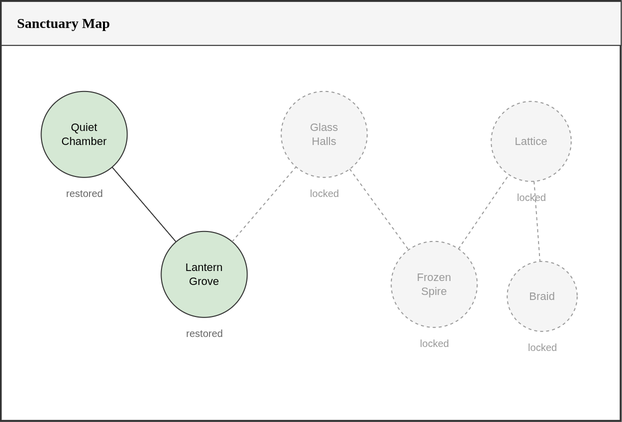
Before: sketch-map.png, a diagram exported from draw.io (Shania-Ziegler/startup). Source tidied: cells renumbered, new cells last; positions are measured from the earlier drawing's top-left corner, leaving out a move shared by most shapes. The source it was exported from:
```xml
<mxGraphModel>
  <root>
    <mxCell id="0" />
    <mxCell id="1" parent="0" />
    <mxCell id="2" style="rounded=0;whiteSpace=wrap;html=1;fillColor=none;strokeColor=#333333;strokeWidth=2;" parent="1" vertex="1">
      <mxGeometry width="620" height="420" as="geometry" />
    </mxCell>
    <mxCell id="3" value="&lt;font face=&quot;Times New Roman&quot;&gt;Sanctuary Map&lt;/font&gt;" style="rounded=0;whiteSpace=wrap;html=1;fillColor=#f5f5f5;strokeColor=#333333;align=left;spacingLeft=14;fontSize=14;fontStyle=1;" parent="1" vertex="1">
      <mxGeometry width="620" height="44" as="geometry" />
    </mxCell>
    <mxCell id="4" value="Quiet&#10;Chamber" style="ellipse;whiteSpace=wrap;html=1;fillColor=#d5e8d4;strokeColor=#333333;fontSize=11;" parent="1" vertex="1">
      <mxGeometry x="40" y="90" width="86" height="86" as="geometry" />
    </mxCell>
    <mxCell id="5" value="restored" style="text;html=1;align=center;fontSize=10;fontColor=#666666;" parent="1" vertex="1">
      <mxGeometry x="40" y="180" width="86" height="16" as="geometry" />
    </mxCell>
    <mxCell id="6" value="Lantern&#10;Grove" style="ellipse;whiteSpace=wrap;html=1;fillColor=#d5e8d4;strokeColor=#333333;fontSize=11;" parent="1" vertex="1">
      <mxGeometry x="160" y="230" width="86" height="86" as="geometry" />
    </mxCell>
    <mxCell id="7" value="restored" style="text;html=1;align=center;fontSize=10;fontColor=#666666;" parent="1" vertex="1">
      <mxGeometry x="160" y="320" width="86" height="16" as="geometry" />
    </mxCell>
    <mxCell id="8" value="Glass&#10;Halls" style="ellipse;whiteSpace=wrap;html=1;fillColor=#f5f5f5;strokeColor=#999999;dashed=1;fontSize=11;fontColor=#999999;" parent="1" vertex="1">
      <mxGeometry x="280" y="90" width="86" height="86" as="geometry" />
    </mxCell>
    <mxCell id="9" value="locked" style="text;html=1;align=center;fontSize=10;fontColor=#999999;" parent="1" vertex="1">
      <mxGeometry x="280" y="180" width="86" height="16" as="geometry" />
    </mxCell>
    <mxCell id="10" value="Frozen&#10;Spire" style="ellipse;whiteSpace=wrap;html=1;fillColor=#f5f5f5;strokeColor=#999999;dashed=1;fontSize=11;fontColor=#999999;" parent="1" vertex="1">
      <mxGeometry x="390" y="240" width="86" height="86" as="geometry" />
    </mxCell>
    <mxCell id="11" value="locked" style="text;html=1;align=center;fontSize=10;fontColor=#999999;" parent="1" vertex="1">
      <mxGeometry x="390" y="330" width="86" height="16" as="geometry" />
    </mxCell>
    <mxCell id="12" value="Lattice" style="ellipse;whiteSpace=wrap;html=1;fillColor=#f5f5f5;strokeColor=#999999;dashed=1;fontSize=11;fontColor=#999999;" parent="1" vertex="1">
      <mxGeometry x="490" y="100" width="80" height="80" as="geometry" />
    </mxCell>
    <mxCell id="13" value="locked" style="text;html=1;align=center;fontSize=10;fontColor=#999999;" parent="1" vertex="1">
      <mxGeometry x="490" y="184" width="80" height="16" as="geometry" />
    </mxCell>
    <mxCell id="14" value="Braid" style="ellipse;whiteSpace=wrap;html=1;fillColor=#f5f5f5;strokeColor=#999999;dashed=1;fontSize=11;fontColor=#999999;" parent="1" vertex="1">
      <mxGeometry x="506" y="260" width="70" height="70" as="geometry" />
    </mxCell>
    <mxCell id="15" value="locked" style="text;html=1;align=center;fontSize=10;fontColor=#999999;" parent="1" vertex="1">
      <mxGeometry x="506" y="334" width="70" height="16" as="geometry" />
    </mxCell>
    <mxCell id="16" style="endArrow=none;html=1;strokeColor=#333333;" parent="1" edge="1" source="4" target="6">
      <mxGeometry relative="1" as="geometry" />
    </mxCell>
    <mxCell id="17" style="endArrow=none;html=1;strokeColor=#999999;dashed=1;" parent="1" edge="1" source="6" target="8">
      <mxGeometry relative="1" as="geometry" />
    </mxCell>
    <mxCell id="18" style="endArrow=none;html=1;strokeColor=#999999;dashed=1;" parent="1" edge="1" source="8" target="10">
      <mxGeometry relative="1" as="geometry" />
    </mxCell>
    <mxCell id="19" style="endArrow=none;html=1;strokeColor=#999999;dashed=1;" parent="1" edge="1" source="10" target="12">
      <mxGeometry relative="1" as="geometry" />
    </mxCell>
    <mxCell id="20" style="endArrow=none;html=1;strokeColor=#999999;dashed=1;" parent="1" edge="1" source="12" target="14">
      <mxGeometry relative="1" as="geometry" />
    </mxCell>
  </root>
</mxGraphModel>
```
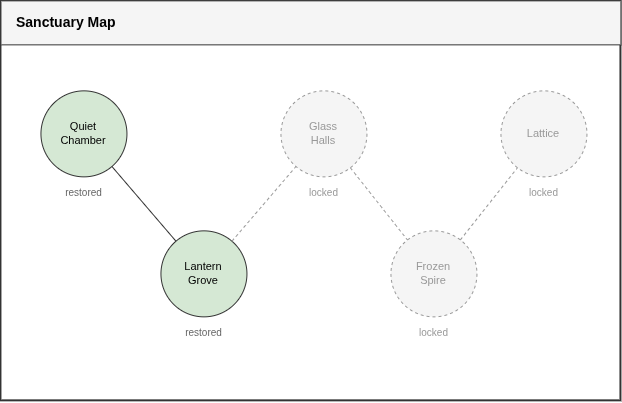
The same diagram one commit later.

Commit message:
updated sketch-map

Diff of the diagram source:
```diff
@@ -3,9 +3,9 @@
     <mxCell id="0" />
     <mxCell id="1" parent="0" />
     <mxCell id="2" style="rounded=0;whiteSpace=wrap;html=1;fillColor=none;strokeColor=#333333;strokeWidth=2;" parent="1" vertex="1">
-      <mxGeometry width="620" height="420" as="geometry" />
+      <mxGeometry width="620" height="400" as="geometry" />
     </mxCell>
-    <mxCell id="3" value="&lt;font face=&quot;Times New Roman&quot;&gt;Sanctuary Map&lt;/font&gt;" style="rounded=0;whiteSpace=wrap;html=1;fillColor=#f5f5f5;strokeColor=#333333;align=left;spacingLeft=14;fontSize=14;fontStyle=1;" parent="1" vertex="1">
+    <mxCell id="3" value="Sanctuary Map" style="rounded=0;whiteSpace=wrap;html=1;fillColor=#f5f5f5;strokeColor=#333333;align=left;spacingLeft=14;fontSize=14;fontStyle=1;" parent="1" vertex="1">
       <mxGeometry width="620" height="44" as="geometry" />
     </mxCell>
     <mxCell id="4" value="Quiet&#10;Chamber" style="ellipse;whiteSpace=wrap;html=1;fillColor=#d5e8d4;strokeColor=#333333;fontSize=11;" parent="1" vertex="1">
@@ -27,23 +27,17 @@
       <mxGeometry x="280" y="180" width="86" height="16" as="geometry" />
     </mxCell>
     <mxCell id="10" value="Frozen&#10;Spire" style="ellipse;whiteSpace=wrap;html=1;fillColor=#f5f5f5;strokeColor=#999999;dashed=1;fontSize=11;fontColor=#999999;" parent="1" vertex="1">
-      <mxGeometry x="390" y="240" width="86" height="86" as="geometry" />
+      <mxGeometry x="390" y="230" width="86" height="86" as="geometry" />
     </mxCell>
     <mxCell id="11" value="locked" style="text;html=1;align=center;fontSize=10;fontColor=#999999;" parent="1" vertex="1">
-      <mxGeometry x="390" y="330" width="86" height="16" as="geometry" />
+      <mxGeometry x="390" y="320" width="86" height="16" as="geometry" />
     </mxCell>
     <mxCell id="12" value="Lattice" style="ellipse;whiteSpace=wrap;html=1;fillColor=#f5f5f5;strokeColor=#999999;dashed=1;fontSize=11;fontColor=#999999;" parent="1" vertex="1">
-      <mxGeometry x="490" y="100" width="80" height="80" as="geometry" />
+      <mxGeometry x="500" y="90" width="86" height="86" as="geometry" />
     </mxCell>
     <mxCell id="13" value="locked" style="text;html=1;align=center;fontSize=10;fontColor=#999999;" parent="1" vertex="1">
-      <mxGeometry x="490" y="184" width="80" height="16" as="geometry" />
+      <mxGeometry x="500" y="180" width="86" height="16" as="geometry" />
     </mxCell>
-    <mxCell id="14" value="Braid" style="ellipse;whiteSpace=wrap;html=1;fillColor=#f5f5f5;strokeColor=#999999;dashed=1;fontSize=11;fontColor=#999999;" parent="1" vertex="1">
-      <mxGeometry x="506" y="260" width="70" height="70" as="geometry" />
-    </mxCell>
-    <mxCell id="15" value="locked" style="text;html=1;align=center;fontSize=10;fontColor=#999999;" parent="1" vertex="1">
-      <mxGeometry x="506" y="334" width="70" height="16" as="geometry" />
-    </mxCell>
     <mxCell id="16" style="endArrow=none;html=1;strokeColor=#333333;" parent="1" edge="1" source="4" target="6">
       <mxGeometry relative="1" as="geometry" />
     </mxCell>
@@ -56,8 +50,5 @@
     <mxCell id="19" style="endArrow=none;html=1;strokeColor=#999999;dashed=1;" parent="1" edge="1" source="10" target="12">
       <mxGeometry relative="1" as="geometry" />
     </mxCell>
-    <mxCell id="20" style="endArrow=none;html=1;strokeColor=#999999;dashed=1;" parent="1" edge="1" source="12" target="14">
-      <mxGeometry relative="1" as="geometry" />
-    </mxCell>
   </root>
 </mxGraphModel>
```
